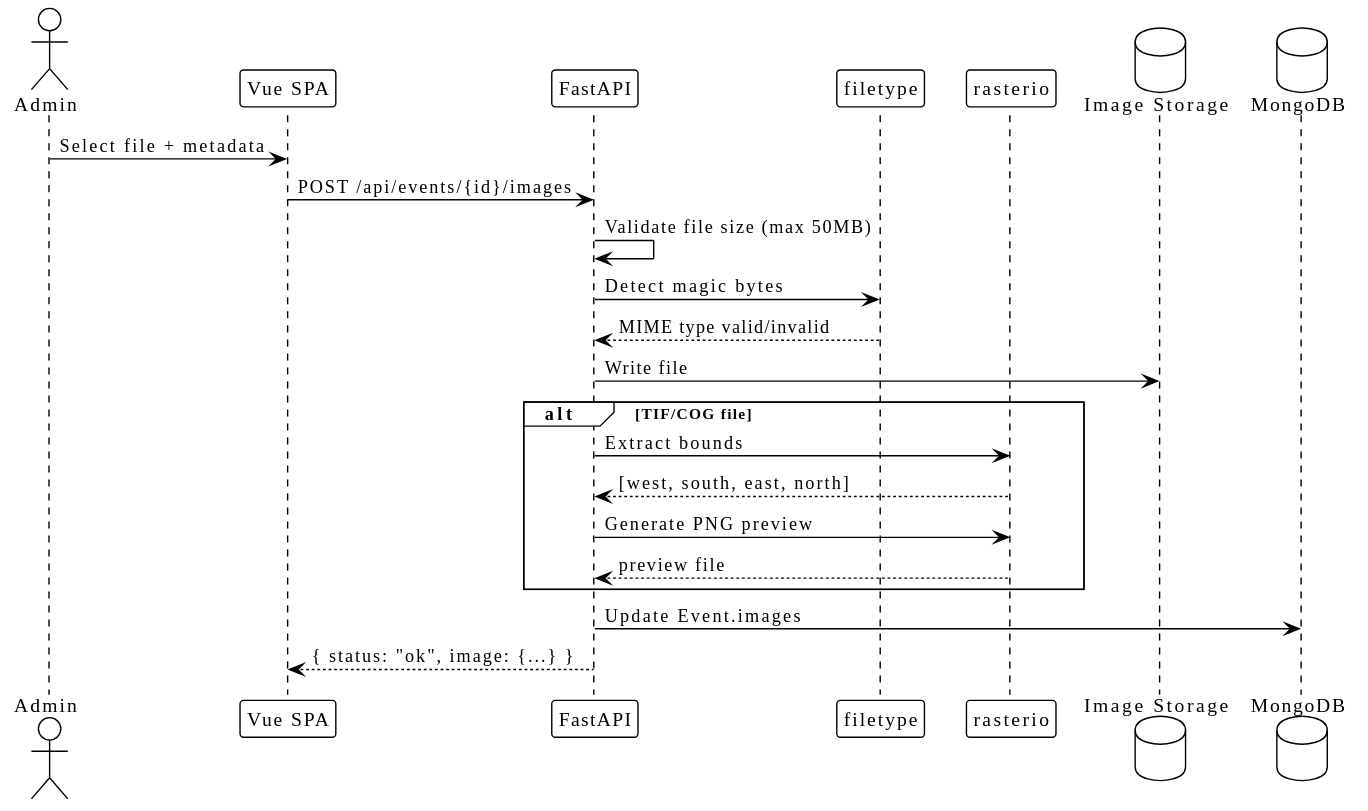
Above: docs/diagrams/upload-flow.svg in HEIG-RESONATE/resonate2 (PlantUML), before the change. The source it was exported from:
```plantuml
@startuml
!theme plain

actor Admin
participant "Vue SPA" as Frontend
participant "FastAPI" as API
participant "filetype" as FT
participant "rasterio" as RIO
database "Image Storage" as Storage
database "MongoDB" as DB

Admin -> Frontend: Select file + metadata
Frontend -> API: POST /api/events/{id}/images

API -> API: Validate file size (max 50MB)
API -> FT: Detect magic bytes
FT --> API: MIME type valid/invalid

API -> Storage: Write file

alt TIF/COG file
  API -> RIO: Extract bounds
  RIO --> API: [west, south, east, north]
  API -> RIO: Generate PNG preview
  RIO --> API: preview file
end

API -> DB: Update Event.images
API --> Frontend: { status: "ok", image: {...} }
@enduml
```
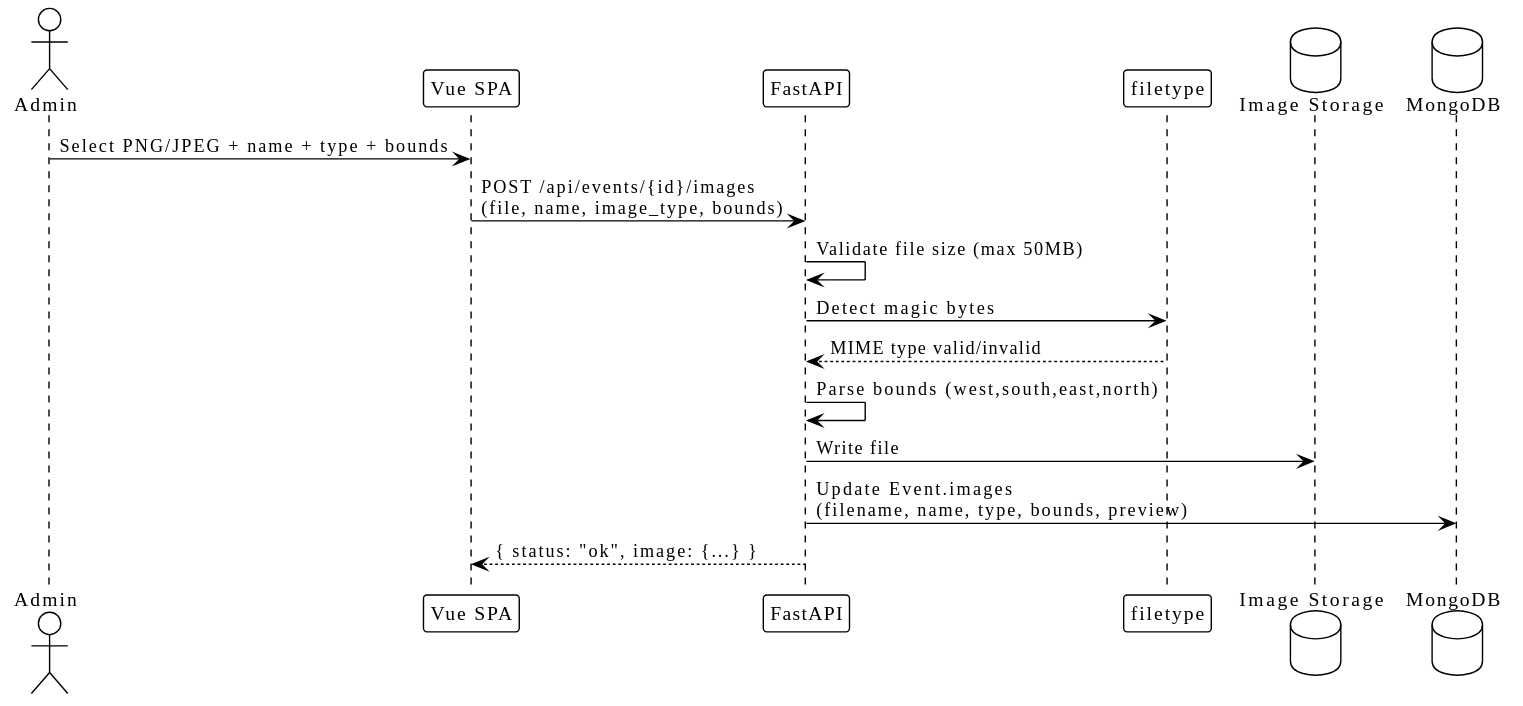
Later version of the same file.

What changed in the source:
```diff
@@ -5,26 +5,20 @@
 participant "Vue SPA" as Frontend
 participant "FastAPI" as API
 participant "filetype" as FT
-participant "rasterio" as RIO
 database "Image Storage" as Storage
 database "MongoDB" as DB
 
-Admin -> Frontend: Select file + metadata
-Frontend -> API: POST /api/events/{id}/images
+Admin -> Frontend: Select PNG/JPEG + name + type + bounds
+Frontend -> API: POST /api/events/{id}/images\n(file, name, image_type, bounds)
 
 API -> API: Validate file size (max 50MB)
 API -> FT: Detect magic bytes
 FT --> API: MIME type valid/invalid
 
+API -> API: Parse bounds (west,south,east,north)
+
 API -> Storage: Write file
 
-alt TIF/COG file
-  API -> RIO: Extract bounds
-  RIO --> API: [west, south, east, north]
-  API -> RIO: Generate PNG preview
-  RIO --> API: preview file
-end
-
-API -> DB: Update Event.images
+API -> DB: Update Event.images\n(filename, name, type, bounds, preview)
 API --> Frontend: { status: "ok", image: {...} }
 @enduml
```
